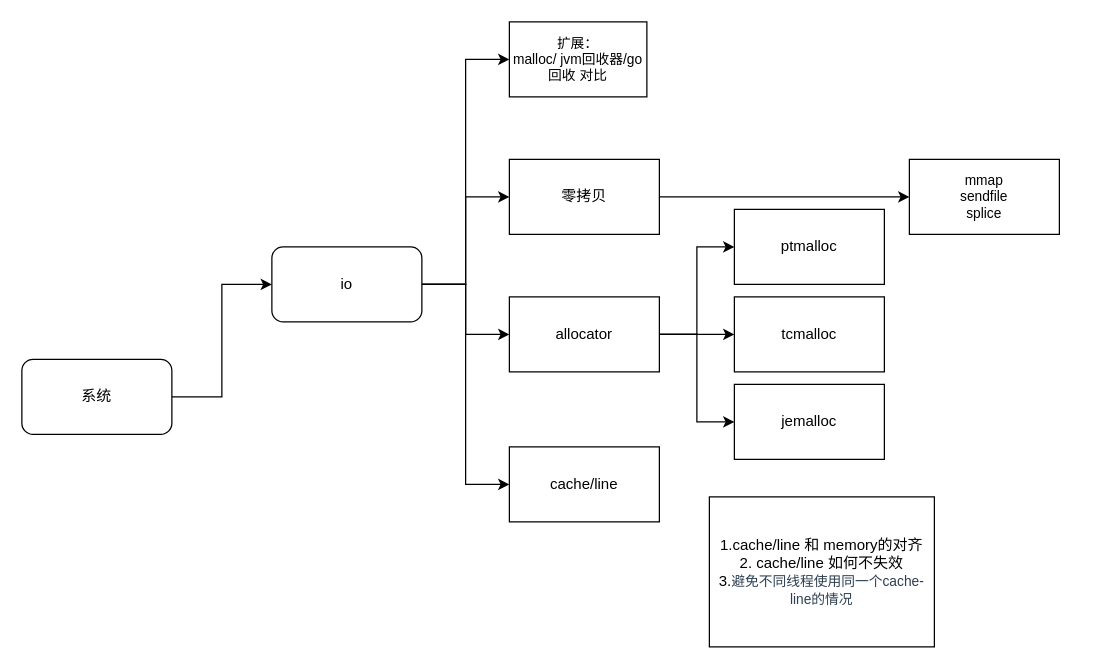
Earlier version of the draw.io diagram resources/Untitled Diagram.drawio (lubit/lubit.github.io). Source tidied: cells renumbered, new cells numbered last; positions are measured from the earlier drawing's top-left corner, leaving out a move shared by most shapes. Both pictures are drawn from the tidied source at 125%, with x=0, y=0 at pixel (21, 21).
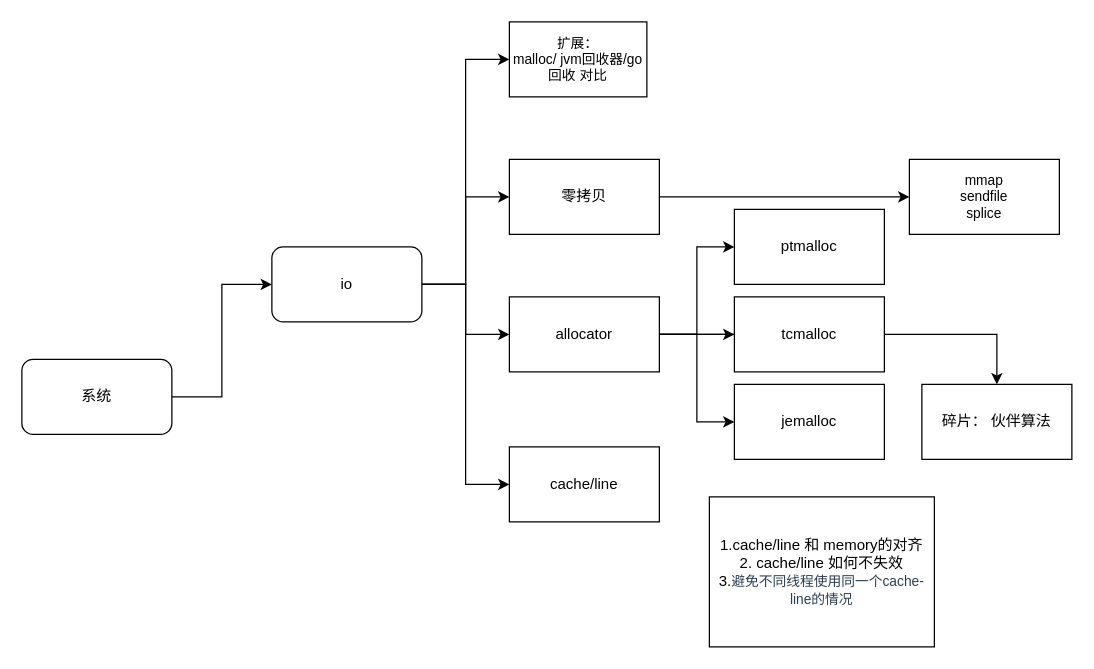
The same diagram, later.

The change refers to these unchanged cells:
```xml
<mxCell id="14" value="allocator" style="rounded=0;whiteSpace=wrap;html=1;" parent="1" vertex="1">
  <mxGeometry x="390" y="220" width="120" height="60" as="geometry" />
</mxCell>
```

The edit, as a diff of the source:
```diff
@@
+    <mxCell id="22" style="edgeStyle=orthogonalEdgeStyle;rounded=0;jettySize=auto;html=1;exitX=1;exitY=0.5;exitDx=0;exitDy=0;" parent="1" edge="1" source="14" target="23">
+      <mxGeometry relative="1" as="geometry" />
+    </mxCell>
@@
+    <mxCell id="23" value="碎片： 伙伴算法" style="rounded=0;whiteSpace=wrap;html=1;" parent="1" vertex="1">
+      <mxGeometry x="720" y="290" width="120" height="60" as="geometry" />
+    </mxCell>
```
